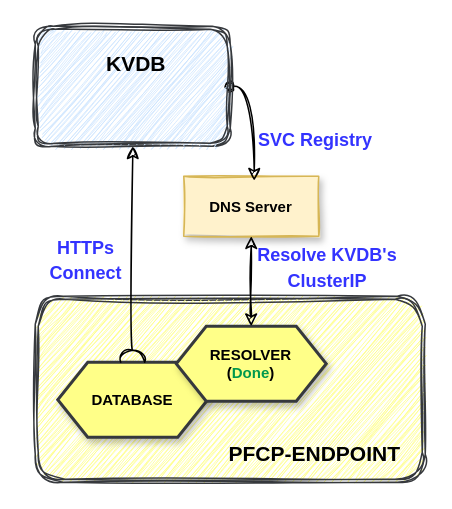
SunLucc/Test keeps this draw.io diagram as page "Database" (2 of 6) of External_submodule.drawio. Above is the earlier version. Source tidied: cells renumbered, new cells numbered last; positions are measured from the earlier drawing's top-left corner, leaving out a move shared by most shapes. Both pictures are drawn from the tidied source at 150%, with x=0, y=0 at pixel (26, 26).
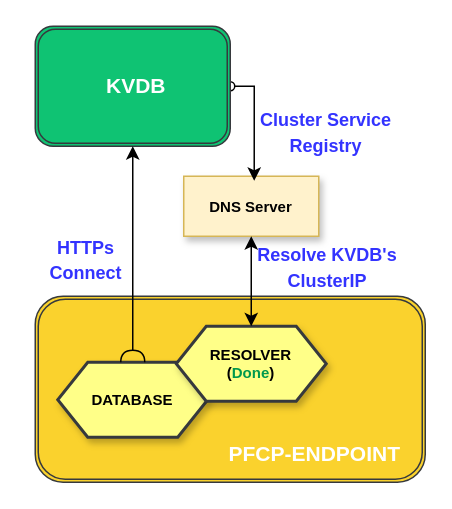
The same page after the edit.

Diff of the diagram source:
```diff
@@
 <mxGraphModel>
   <root>
     <mxCell id="0" />
     <mxCell id="1" parent="0" />
     <mxCell id="2" style="group;" parent="1" vertex="1">
       <mxGeometry width="266" height="304" as="geometry" />
     </mxCell>
-    <mxCell id="3" style="shape=ext;double=1;rounded=1;whiteSpace=wrap;html=1;shadow=0;sketch=1;fillStyle=hachure;fontSize=14;fillColor=#ffff88;curveFitting=1;jiggle=2;strokeColor=#36393d;" parent="2" vertex="1">
+    <mxCell id="3" style="shape=ext;double=1;rounded=1;whiteSpace=wrap;html=1;shadow=0;fillStyle=hachure;fontSize=14;fillColor=#FAD22D;strokeColor=#36393d;" parent="2" vertex="1">
       <mxGeometry x="6" y="180" width="260" height="124" as="geometry" />
     </mxCell>
     <mxCell id="4" value="&lt;b style=&quot;font-size: 10px;&quot;&gt;DATABASE&lt;/b&gt;" style="shape=hexagon;perimeter=hexagonPerimeter2;whiteSpace=wrap;html=1;fixedSize=1;fillStyle=solid;fillColor=#ffff88;strokeColor=#36393d;fontSize=10;rounded=0;shadow=1;strokeWidth=2;" parent="2" vertex="1">
       <mxGeometry x="21" y="224" width="100" height="50" as="geometry" />
     </mxCell>
     <mxCell id="5" value="&lt;b style=&quot;font-size: 10px;&quot;&gt;RESOLVER&lt;br&gt;&lt;/b&gt;&lt;b style=&quot;border-color: var(--border-color);&quot;&gt;(&lt;font style=&quot;border-color: var(--border-color);&quot; color=&quot;#00994d&quot;&gt;Done&lt;/font&gt;)&lt;/b&gt;&lt;b style=&quot;font-size: 10px;&quot;&gt;&lt;br&gt;&lt;/b&gt;" style="shape=hexagon;perimeter=hexagonPerimeter2;whiteSpace=wrap;html=1;fixedSize=1;fillStyle=solid;fillColor=#ffff88;strokeColor=#36393d;fontSize=10;rounded=0;shadow=1;strokeWidth=2;" parent="2" vertex="1">
       <mxGeometry x="100" y="200" width="100" height="50" as="geometry" />
     </mxCell>
-    <mxCell id="6" value="&lt;b&gt;DNS Server&lt;/b&gt;" style="whiteSpace=wrap;html=1;fontSize=10;fillColor=#fff2cc;strokeColor=#d6b656;fillStyle=solid;rounded=0;shadow=1;sketch=1;" parent="2" vertex="1">
+    <mxCell id="6" value="&lt;b&gt;DNS Server&lt;/b&gt;" style="whiteSpace=wrap;html=1;fontSize=10;fillColor=#fff2cc;strokeColor=#d6b656;fillStyle=solid;rounded=0;shadow=1;" parent="2" vertex="1">
       <mxGeometry x="105" y="100" width="90" height="40" as="geometry" />
     </mxCell>
-    <mxCell id="7" style="edgeStyle=orthogonalEdgeStyle;curved=1;sketch=1;jettySize=auto;html=1;exitX=0.5;exitY=0;exitDx=0;exitDy=0;entryX=0.5;entryY=1;entryDx=0;entryDy=0;fontSize=14;fontColor=#000000;startArrow=classic;startFill=1;endArrow=classic;endFill=1;" parent="2" edge="1" source="5" target="6">
+    <mxCell id="7" style="edgeStyle=orthogonalEdgeStyle;curved=1;jettySize=auto;html=1;exitX=0.5;exitY=0;exitDx=0;exitDy=0;entryX=0.5;entryY=1;entryDx=0;entryDy=0;fontSize=14;fontColor=#000000;startArrow=classic;startFill=1;endArrow=classic;endFill=1;" parent="2" edge="1" source="5" target="6">
       <mxGeometry relative="1" as="geometry" />
     </mxCell>
-    <mxCell id="8" style="edgeStyle=orthogonalEdgeStyle;curved=1;sketch=1;jettySize=auto;html=1;exitX=1;exitY=0.5;exitDx=0;exitDy=0;entryX=0.522;entryY=0.075;entryDx=0;entryDy=0;fontSize=14;fontColor=#000000;startArrow=oval;startFill=0;endArrow=classic;endFill=1;entryPerimeter=0;" parent="2" edge="1" source="9" target="6">
+    <mxCell id="8" style="edgeStyle=orthogonalEdgeStyle;jettySize=auto;html=1;exitX=1;exitY=0.5;exitDx=0;exitDy=0;entryX=0.522;entryY=0.075;entryDx=0;entryDy=0;fontSize=14;fontColor=#000000;startArrow=oval;startFill=0;endArrow=classic;endFill=1;entryPerimeter=0;rounded=0;" parent="2" edge="1" source="9" target="6">
       <mxGeometry relative="1" as="geometry">
         <Array as="points">
           <mxPoint x="152" y="40" />
         </Array>
       </mxGeometry>
     </mxCell>
-    <mxCell id="9" style="shape=ext;double=1;rounded=1;whiteSpace=wrap;html=1;shadow=0;sketch=1;fillStyle=hachure;fontSize=14;fillColor=#cce5ff;curveFitting=1;jiggle=2;strokeColor=#36393d;" parent="2" vertex="1">
+    <mxCell id="9" style="shape=ext;double=1;rounded=1;whiteSpace=wrap;html=1;shadow=0;fillStyle=hachure;fontSize=14;fillColor=#0FC373;strokeColor=#36393d;" parent="2" vertex="1">
       <mxGeometry x="6" width="130" height="80" as="geometry" />
     </mxCell>
-    <mxCell id="10" style="edgeStyle=orthogonalEdgeStyle;curved=1;sketch=1;jettySize=auto;html=1;exitX=0.5;exitY=0;exitDx=0;exitDy=0;entryX=0.5;entryY=1;entryDx=0;entryDy=0;fontSize=14;fontColor=#000000;startArrow=halfCircle;startFill=0;endArrow=classic;endFill=1;" parent="2" edge="1" source="4" target="9">
+    <mxCell id="10" style="edgeStyle=orthogonalEdgeStyle;curved=1;jettySize=auto;html=1;exitX=0.5;exitY=0;exitDx=0;exitDy=0;entryX=0.5;entryY=1;entryDx=0;entryDy=0;fontSize=14;fontColor=#000000;startArrow=halfCircle;startFill=0;endArrow=classic;endFill=1;" parent="2" edge="1" source="4" target="9">
       <mxGeometry relative="1" as="geometry" />
     </mxCell>
-    <mxCell id="11" value="&lt;b&gt;PFCP-ENDPOINT&lt;/b&gt;" style="text;html=1;strokeColor=none;fillColor=none;align=center;verticalAlign=middle;whiteSpace=wrap;rounded=0;shadow=0;sketch=1;fillStyle=hachure;fontSize=14;fontColor=#000000;" parent="2" vertex="1">
+    <mxCell id="11" value="&lt;b&gt;&lt;font color=&quot;#ffffff&quot;&gt;PFCP-ENDPOINT&lt;/font&gt;&lt;/b&gt;" style="text;html=1;strokeColor=none;fillColor=none;align=center;verticalAlign=middle;whiteSpace=wrap;rounded=0;shadow=0;fillStyle=hachure;fontSize=14;fontColor=#000000;" parent="2" vertex="1">
       <mxGeometry x="130" y="270" width="125" height="30" as="geometry" />
     </mxCell>
-    <mxCell id="12" value="&lt;b&gt;KVDB&lt;/b&gt;" style="text;html=1;strokeColor=none;fillColor=none;align=center;verticalAlign=middle;whiteSpace=wrap;rounded=0;shadow=0;sketch=1;fillStyle=hachure;fontSize=14;fontColor=#000000;" parent="2" vertex="1">
-      <mxGeometry x="11" y="10" width="125" height="30" as="geometry" />
+    <mxCell id="12" value="&lt;b&gt;&lt;font color=&quot;#ffffff&quot;&gt;KVDB&lt;/font&gt;&lt;/b&gt;" style="text;html=1;strokeColor=none;fillColor=none;align=center;verticalAlign=middle;whiteSpace=wrap;rounded=0;shadow=0;fillStyle=hachure;fontSize=14;fontColor=#000000;" parent="2" vertex="1">
+      <mxGeometry x="11" y="25" width="125" height="30" as="geometry" />
     </mxCell>
-    <mxCell id="13" value="&lt;font style=&quot;font-size: 12px;&quot;&gt;SVC Registry&lt;/font&gt;" style="text;html=1;strokeColor=none;fillColor=none;align=center;verticalAlign=middle;whiteSpace=wrap;rounded=0;shadow=0;dashed=0;labelBackgroundColor=none;sketch=0;fillStyle=cross-hatch;fontFamily=Helvetica;fontSize=14;fontColor=#3333FF;fontStyle=1;" parent="2" vertex="1">
-      <mxGeometry x="152.5" y="60" width="80" height="30" as="geometry" />
+    <mxCell id="13" value="&lt;span style=&quot;font-size: 12px;&quot;&gt;Cluster Service Registry&lt;/span&gt;" style="text;html=1;strokeColor=none;fillColor=none;align=center;verticalAlign=middle;whiteSpace=wrap;rounded=0;shadow=0;dashed=0;labelBackgroundColor=none;fillStyle=cross-hatch;fontFamily=Helvetica;fontSize=14;fontColor=#3333FF;fontStyle=1;" parent="2" vertex="1">
+      <mxGeometry x="136" y="55" width="127.5" height="30" as="geometry" />
     </mxCell>
-    <mxCell id="14" value="&lt;span style=&quot;font-size: 12px;&quot;&gt;Resolve KVDB's ClusterIP&lt;/span&gt;" style="text;html=1;strokeColor=none;fillColor=none;align=center;verticalAlign=middle;whiteSpace=wrap;rounded=0;shadow=0;dashed=0;labelBackgroundColor=none;sketch=0;fillStyle=cross-hatch;fontFamily=Helvetica;fontSize=14;fontColor=#3333FF;fontStyle=1;" parent="2" vertex="1">
+    <mxCell id="14" value="&lt;span style=&quot;font-size: 12px;&quot;&gt;Resolve KVDB's ClusterIP&lt;/span&gt;" style="text;html=1;strokeColor=none;fillColor=none;align=center;verticalAlign=middle;whiteSpace=wrap;rounded=0;shadow=0;dashed=0;labelBackgroundColor=none;fillStyle=cross-hatch;fontFamily=Helvetica;fontSize=14;fontColor=#3333FF;fontStyle=1;" parent="2" vertex="1">
       <mxGeometry x="146.5" y="145" width="107.5" height="30" as="geometry" />
     </mxCell>
-    <mxCell id="15" value="&lt;font style=&quot;font-size: 12px;&quot;&gt;HTTPs Connect&lt;/font&gt;" style="text;html=1;strokeColor=none;fillColor=none;align=center;verticalAlign=middle;whiteSpace=wrap;rounded=0;shadow=0;dashed=0;labelBackgroundColor=none;sketch=0;fillStyle=cross-hatch;fontFamily=Helvetica;fontSize=14;fontColor=#3333FF;fontStyle=1;" parent="2" vertex="1">
+    <mxCell id="15" value="&lt;font style=&quot;font-size: 12px;&quot;&gt;HTTPs Connect&lt;/font&gt;" style="text;html=1;strokeColor=none;fillColor=none;align=center;verticalAlign=middle;whiteSpace=wrap;rounded=0;shadow=0;dashed=0;labelBackgroundColor=none;fillStyle=cross-hatch;fontFamily=Helvetica;fontSize=14;fontColor=#3333FF;fontStyle=1;" parent="2" vertex="1">
       <mxGeometry y="140" width="80" height="30" as="geometry" />
     </mxCell>
   </root>
 </mxGraphModel>
```
